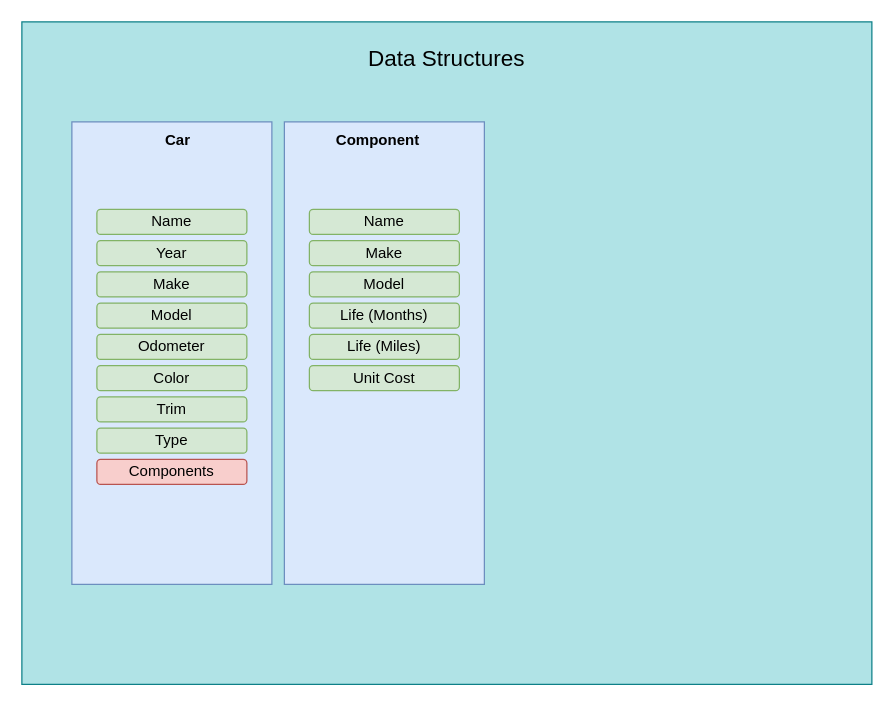
This is CarStat2.drawio from alexporter7/CarStat2, a draw.io file, before an edit. Source tidied: cells renumbered, new cells numbered last; positions are measured from the earlier drawing's top-left corner, leaving out a move shared by most shapes. Both pictures are drawn from the tidied source at 125%, with x=0, y=0 at pixel (21, 21).
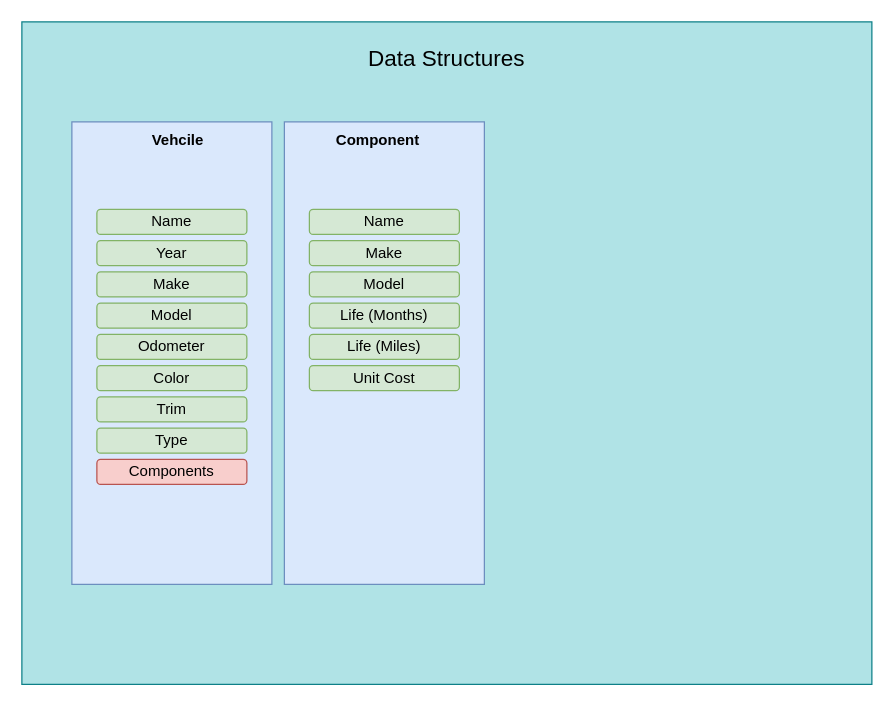
Above is the later version.

The edit, as a diff of the source:
```diff
@@
-    <mxCell id="4" value="&lt;b&gt;Car&lt;/b&gt;" style="text;html=1;align=center;verticalAlign=middle;whiteSpace=wrap;rounded=0;" parent="1" vertex="1">
+    <mxCell id="4" value="&lt;b&gt;Vehcile&lt;/b&gt;" style="text;html=1;align=center;verticalAlign=middle;whiteSpace=wrap;rounded=0;" parent="1" vertex="1">
       <mxGeometry x="40" y="80" width="170" height="30" as="geometry" />
     </mxCell>
```
